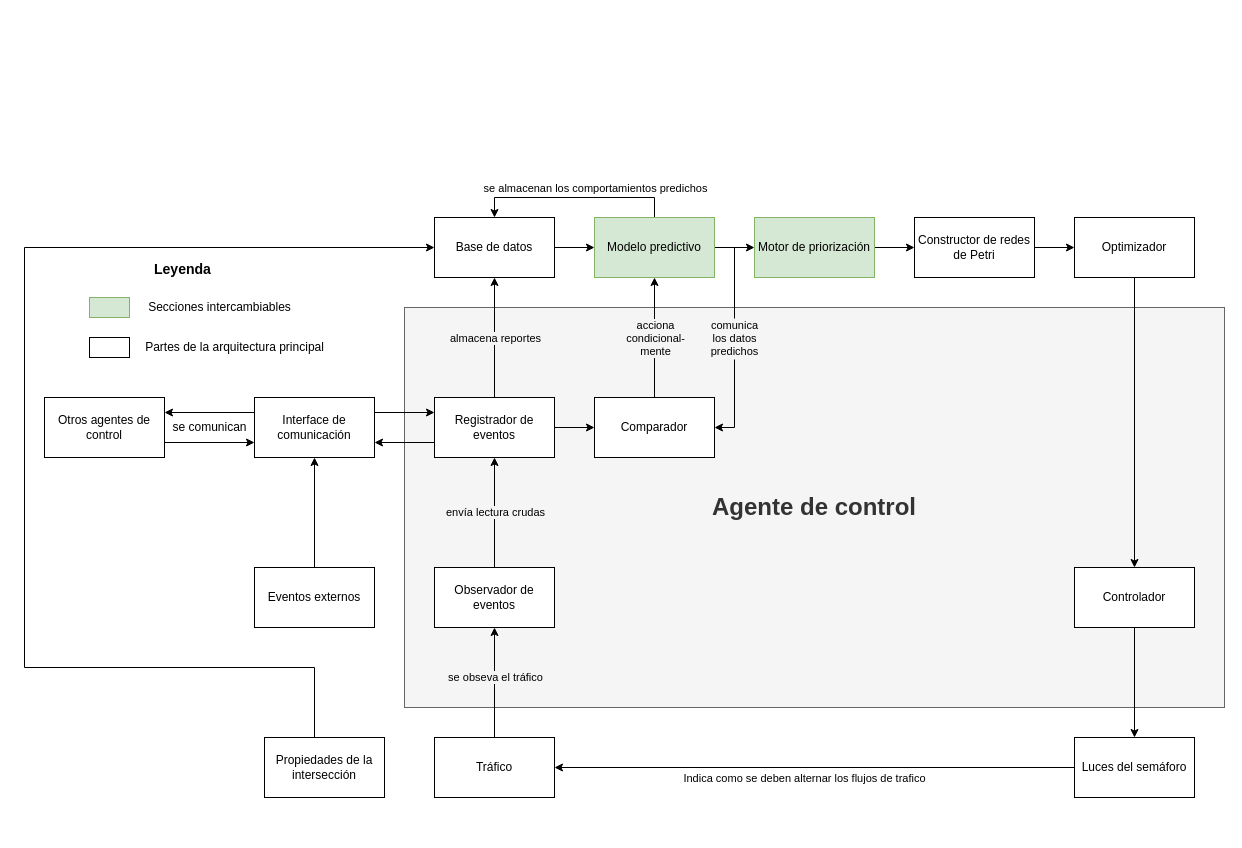
This is Apuntes/arquitectura/Propuesta de arquitectura.drawio from gggiovanny/TesisSemaforosInteligentes, a draw.io file, before an edit. Source tidied: cells renumbered, new cells numbered last; positions are measured from the earlier drawing's top-left corner, leaving out a move shared by most shapes. Both pictures are drawn from the tidied source at 100%, with x=0, y=0 at pixel (24, 217).
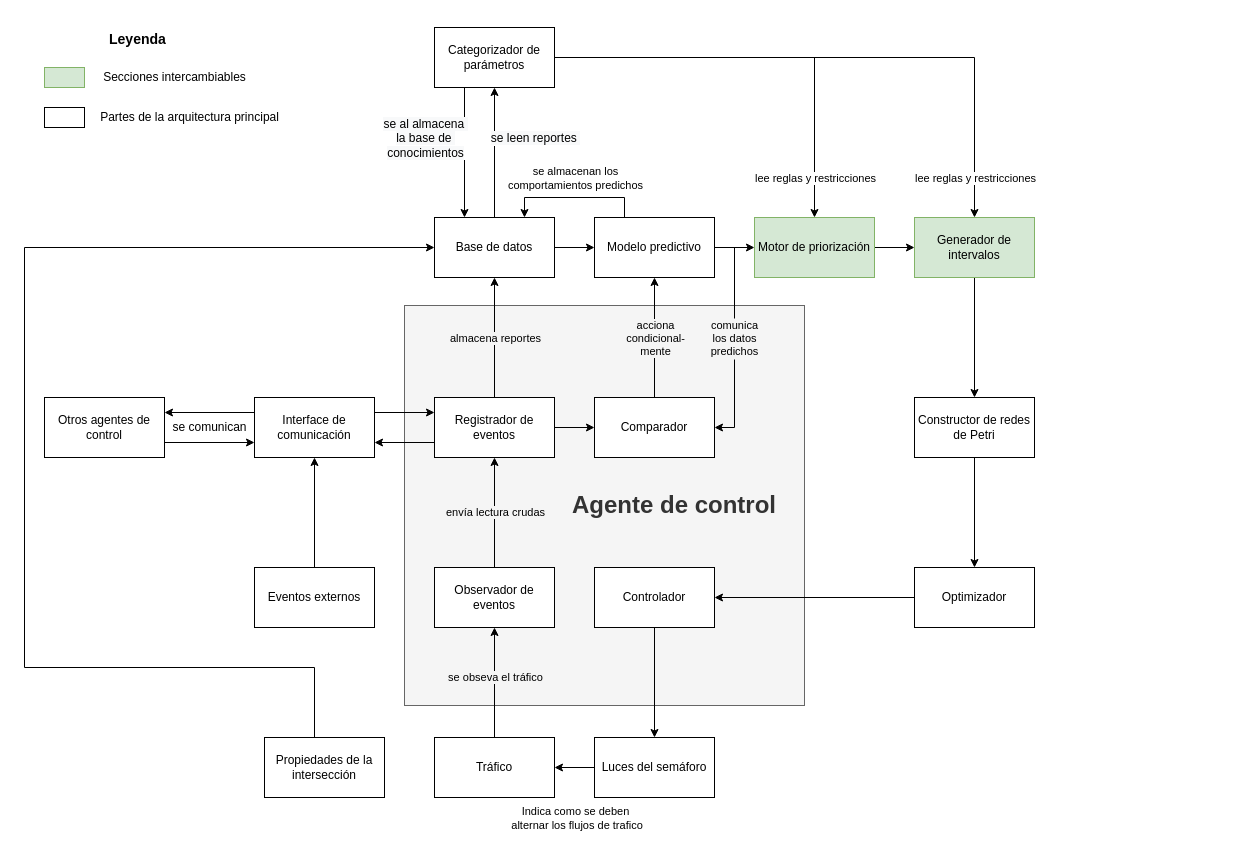
The same page after the edit.

Unchanged cells that the change refers to:
```xml
<mxCell id="6" style="edgeStyle=orthogonalEdgeStyle;rounded=0;jettySize=auto;html=1;exitX=0;exitY=0.5;exitDx=0;exitDy=0;entryX=1;entryY=0.5;entryDx=0;entryDy=0;" parent="1" edge="1" source="8" target="5">
  <mxGeometry relative="1" as="geometry" />
</mxCell>
<mxCell id="20" value="Motor de priorización" style="whiteSpace=wrap;html=1;fillColor=#d5e8d4;strokeColor=#82b366;" parent="1" vertex="1">
  <mxGeometry x="730" width="120" height="60" as="geometry" />
</mxCell>
<mxCell id="45" value="Base de datos" style="whiteSpace=wrap;html=1;" parent="1" vertex="1">
  <mxGeometry x="410" width="120" height="60" as="geometry" />
</mxCell>
```

Change to the diagram source:
```diff
@@
-    <mxCell id="2" value="&lt;h1&gt;Agente de control&lt;/h1&gt;" style="whiteSpace=wrap;html=1;fillColor=#f5f5f5;strokeColor=#666666;fontColor=#333333;spacingBottom=0;" parent="1" vertex="1">
-      <mxGeometry x="380" y="90" width="820" height="400" as="geometry" />
+    <mxCell id="2" value="&lt;h1&gt;Agente de control&lt;/h1&gt;" style="whiteSpace=wrap;html=1;fillColor=#f5f5f5;strokeColor=#666666;fontColor=#333333;spacingBottom=0;spacingLeft=140;" parent="1" vertex="1">
+      <mxGeometry x="380" y="88" width="400" height="400" as="geometry" />
     </mxCell>
@@
-    <mxCell id="7" value="Indica como se deben alternar los flujos de trafico" style="edgeLabel;html=1;align=center;verticalAlign=middle;" parent="6" vertex="1">
+    <mxCell id="7" value="Indica como se deben&lt;br&gt;&amp;nbsp;alternar los flujos de trafico" style="edgeLabel;html=1;align=center;verticalAlign=middle;" parent="6" vertex="1">
       <mxGeometry x="0.19" y="2" relative="1" as="geometry">
-        <mxPoint x="38" y="8" as="offset" />
+        <mxPoint x="4" y="48" as="offset" />
       </mxGeometry>
     </mxCell>
     <mxCell id="8" value="Luces del semáforo" style="whiteSpace=wrap;html=1;" parent="1" vertex="1">
-      <mxGeometry x="1050" y="520" width="120" height="60" as="geometry" />
+      <mxGeometry x="570" y="520" width="120" height="60" as="geometry" />
     </mxCell>
@@
-    <mxCell id="17" style="edgeStyle=orthogonalEdgeStyle;rounded=0;jettySize=auto;html=1;exitX=0.5;exitY=0;exitDx=0;exitDy=0;entryX=0.5;entryY=0;entryDx=0;entryDy=0;" parent="1" edge="1" source="49" target="45">
+    <mxCell id="17" style="edgeStyle=orthogonalEdgeStyle;rounded=0;jettySize=auto;html=1;exitX=0.25;exitY=0;exitDx=0;exitDy=0;entryX=0.75;entryY=0;entryDx=0;entryDy=0;" parent="1" edge="1" source="49" target="45">
       <mxGeometry relative="1" as="geometry" />
     </mxCell>
-    <mxCell id="18" value="se almacenan los comportamientos predichos" style="edgeLabel;html=1;align=center;verticalAlign=middle;" parent="17" vertex="1">
+    <mxCell id="18" value="se almacenan los&lt;br&gt;comportamientos predichos" style="edgeLabel;html=1;align=center;verticalAlign=middle;" parent="17" vertex="1">
       <mxGeometry x="0.26" y="2" relative="1" as="geometry">
-        <mxPoint x="46" y="-12" as="offset" />
+        <mxPoint x="18" y="-22" as="offset" />
       </mxGeometry>
     </mxCell>
-    <mxCell id="19" style="edgeStyle=orthogonalEdgeStyle;rounded=0;jettySize=auto;html=1;exitX=1;exitY=0.5;exitDx=0;exitDy=0;entryX=0;entryY=0.5;entryDx=0;entryDy=0;" parent="1" edge="1" source="20" target="23">
-      <mxGeometry relative="1" as="geometry" />
-    </mxCell>
+    <mxCell id="51" style="edgeStyle=orthogonalEdgeStyle;rounded=0;jettySize=auto;html=1;exitX=1;exitY=0.5;exitDx=0;exitDy=0;entryX=0;entryY=0.5;entryDx=0;entryDy=0;" parent="1" edge="1" source="20" target="62">
+      <mxGeometry relative="1" as="geometry" />
+    </mxCell>
@@
-    <mxCell id="21" style="edgeStyle=orthogonalEdgeStyle;rounded=0;jettySize=auto;html=1;exitX=0.5;exitY=1;exitDx=0;exitDy=0;entryX=0.5;entryY=0;entryDx=0;entryDy=0;" parent="1" edge="1" source="24" target="26">
-      <mxGeometry relative="1" as="geometry" />
-    </mxCell>
-    <mxCell id="22" style="edgeStyle=orthogonalEdgeStyle;rounded=0;jettySize=auto;html=1;exitX=1;exitY=0.5;exitDx=0;exitDy=0;entryX=0;entryY=0.5;entryDx=0;entryDy=0;fontColor=#F5F5F5;" parent="1" edge="1" source="23" target="24">
+    <mxCell id="22" style="edgeStyle=orthogonalEdgeStyle;rounded=0;jettySize=auto;html=1;exitX=0.5;exitY=1;exitDx=0;exitDy=0;entryX=0.5;entryY=0;entryDx=0;entryDy=0;" parent="1" edge="1" source="23" target="24">
       <mxGeometry relative="1" as="geometry" />
     </mxCell>
     <mxCell id="23" value="Constructor de redes de Petri" style="whiteSpace=wrap;html=1;" parent="1" vertex="1">
-      <mxGeometry x="890" width="120" height="60" as="geometry" />
+      <mxGeometry x="890" y="180" width="120" height="60" as="geometry" />
     </mxCell>
+    <mxCell id="21" style="edgeStyle=orthogonalEdgeStyle;rounded=0;jettySize=auto;html=1;exitX=0;exitY=0.5;exitDx=0;exitDy=0;entryX=1;entryY=0.5;entryDx=0;entryDy=0;" parent="1" edge="1" source="24" target="26">
+      <mxGeometry relative="1" as="geometry" />
+    </mxCell>
     <mxCell id="24" value="Optimizador" style="whiteSpace=wrap;html=1;" parent="1" vertex="1">
-      <mxGeometry x="1050" width="120" height="60" as="geometry" />
+      <mxGeometry x="890" y="350" width="120" height="60" as="geometry" />
     </mxCell>
@@
     <mxCell id="26" value="Controlador&lt;br&gt;" style="whiteSpace=wrap;html=1;" parent="1" vertex="1">
-      <mxGeometry x="1050" y="350" width="120" height="60" as="geometry" />
+      <mxGeometry x="570" y="350" width="120" height="60" as="geometry" />
     </mxCell>
@@
     <mxCell id="31" style="whiteSpace=wrap;html=1;fillColor=#d5e8d4;strokeColor=#82b366;" parent="1" vertex="1">
-      <mxGeometry x="65" y="80" width="40" height="20" as="geometry" />
+      <mxGeometry x="20" y="-150" width="40" height="20" as="geometry" />
     </mxCell>
     <mxCell id="32" value="&lt;span&gt;Secciones intercambiables&lt;/span&gt;" style="text;html=1;align=center;verticalAlign=middle;" parent="1" vertex="1">
-      <mxGeometry x="115" y="80" width="160" height="20" as="geometry" />
+      <mxGeometry x="70" y="-150" width="160" height="20" as="geometry" />
     </mxCell>
     <mxCell id="33" value="&lt;h3&gt;Leyenda&lt;/h3&gt;" style="text;html=1;strokeColor=none;fillColor=none;spacing=5;spacingTop=-20;whiteSpace=wrap;overflow=hidden;rounded=0;" parent="1" vertex="1">
-      <mxGeometry x="125" y="40" width="70" height="30" as="geometry" />
+      <mxGeometry x="80" y="-190" width="70" height="30" as="geometry" />
     </mxCell>
     <mxCell id="34" style="whiteSpace=wrap;html=1;" parent="1" vertex="1">
-      <mxGeometry x="65" y="120" width="40" height="20" as="geometry" />
+      <mxGeometry x="20" y="-110" width="40" height="20" as="geometry" />
     </mxCell>
     <mxCell id="35" value="&lt;span&gt;Partes de la arquitectura principal&lt;/span&gt;" style="text;html=1;align=center;verticalAlign=middle;" parent="1" vertex="1">
-      <mxGeometry x="115" y="120" width="190" height="20" as="geometry" />
+      <mxGeometry x="70" y="-110" width="190" height="20" as="geometry" />
     </mxCell>
@@
+    <mxCell id="52" style="edgeStyle=orthogonalEdgeStyle;rounded=0;jettySize=auto;html=1;exitX=0.5;exitY=0;exitDx=0;exitDy=0;entryX=0.5;entryY=1;entryDx=0;entryDy=0;" parent="1" edge="1" source="45" target="60">
+      <mxGeometry relative="1" as="geometry" />
+    </mxCell>
+    <mxCell id="53" value="&lt;span style=&quot;font-size: 12px ; background-color: rgb(248 , 249 , 250)&quot;&gt;se leen reportes&amp;nbsp;&lt;/span&gt;" style="edgeLabel;html=1;align=center;verticalAlign=middle;" parent="52" vertex="1">
+      <mxGeometry x="0.35" y="-2" relative="1" as="geometry">
+        <mxPoint x="38" y="8" as="offset" />
+      </mxGeometry>
+    </mxCell>
@@
-    <mxCell id="49" value="Modelo predictivo" style="whiteSpace=wrap;html=1;fillColor=#d5e8d4;strokeColor=#82b366;" parent="1" vertex="1">
+    <mxCell id="49" value="Modelo predictivo" style="whiteSpace=wrap;html=1;" parent="1" vertex="1">
       <mxGeometry x="570" width="120" height="60" as="geometry" />
     </mxCell>
@@
+    <mxCell id="54" style="edgeStyle=orthogonalEdgeStyle;rounded=0;jettySize=auto;html=1;exitX=0.25;exitY=1;exitDx=0;exitDy=0;entryX=0.25;entryY=0;entryDx=0;entryDy=0;" parent="1" edge="1" source="60" target="45">
+      <mxGeometry relative="1" as="geometry" />
+    </mxCell>
+    <mxCell id="55" value="&lt;span style=&quot;font-size: 12px ; background-color: rgb(248 , 249 , 250)&quot;&gt;se al almacena&amp;nbsp;&lt;/span&gt;&lt;br style=&quot;font-size: 12px ; background-color: rgb(248 , 249 , 250)&quot;&gt;&lt;span style=&quot;font-size: 12px ; background-color: rgb(248 , 249 , 250)&quot;&gt;la base de&amp;nbsp;&lt;/span&gt;&lt;br style=&quot;font-size: 12px ; background-color: rgb(248 , 249 , 250)&quot;&gt;&lt;span style=&quot;font-size: 12px ; background-color: rgb(248 , 249 , 250)&quot;&gt;conocimientos&lt;/span&gt;" style="edgeLabel;html=1;align=center;verticalAlign=middle;" parent="54" vertex="1">
+      <mxGeometry x="-0.18" y="1" relative="1" as="geometry">
+        <mxPoint x="-41" y="-3" as="offset" />
+      </mxGeometry>
+    </mxCell>
+    <mxCell id="56" style="edgeStyle=orthogonalEdgeStyle;rounded=0;jettySize=auto;html=1;exitX=1;exitY=0.5;exitDx=0;exitDy=0;" parent="1" edge="1" source="60" target="62">
+      <mxGeometry relative="1" as="geometry" />
+    </mxCell>
+    <mxCell id="57" value="lee reglas y restricciones" style="edgeLabel;html=1;align=center;verticalAlign=middle;" parent="56" vertex="1">
+      <mxGeometry x="0.85" y="4" relative="1" as="geometry">
+        <mxPoint x="-4" y="3" as="offset" />
+      </mxGeometry>
+    </mxCell>
+    <mxCell id="58" style="edgeStyle=orthogonalEdgeStyle;rounded=0;jettySize=auto;html=1;exitX=1;exitY=0.5;exitDx=0;exitDy=0;entryX=0.5;entryY=0;entryDx=0;entryDy=0;" parent="1" edge="1" source="60" target="20">
+      <mxGeometry relative="1" as="geometry" />
+    </mxCell>
+    <mxCell id="59" value="lee reglas y restricciones" style="edgeLabel;html=1;align=center;verticalAlign=middle;" parent="58" vertex="1">
+      <mxGeometry x="0.24" y="-68" relative="1" as="geometry">
+        <mxPoint x="68" y="120" as="offset" />
+      </mxGeometry>
+    </mxCell>
+    <mxCell id="60" value="Categorizador de parámetros" style="whiteSpace=wrap;html=1;" parent="1" vertex="1">
+      <mxGeometry x="410" y="-190" width="120" height="60" as="geometry" />
+    </mxCell>
+    <mxCell id="61" style="edgeStyle=orthogonalEdgeStyle;rounded=0;jettySize=auto;html=1;exitX=0.5;exitY=1;exitDx=0;exitDy=0;entryX=0.5;entryY=0;entryDx=0;entryDy=0;" parent="1" edge="1" source="62" target="23">
+      <mxGeometry relative="1" as="geometry" />
+    </mxCell>
+    <mxCell id="62" value="Generador de intervalos" style="whiteSpace=wrap;html=1;fillColor=#d5e8d4;strokeColor=#82b366;" parent="1" vertex="1">
+      <mxGeometry x="890" width="120" height="60" as="geometry" />
+    </mxCell>
```
